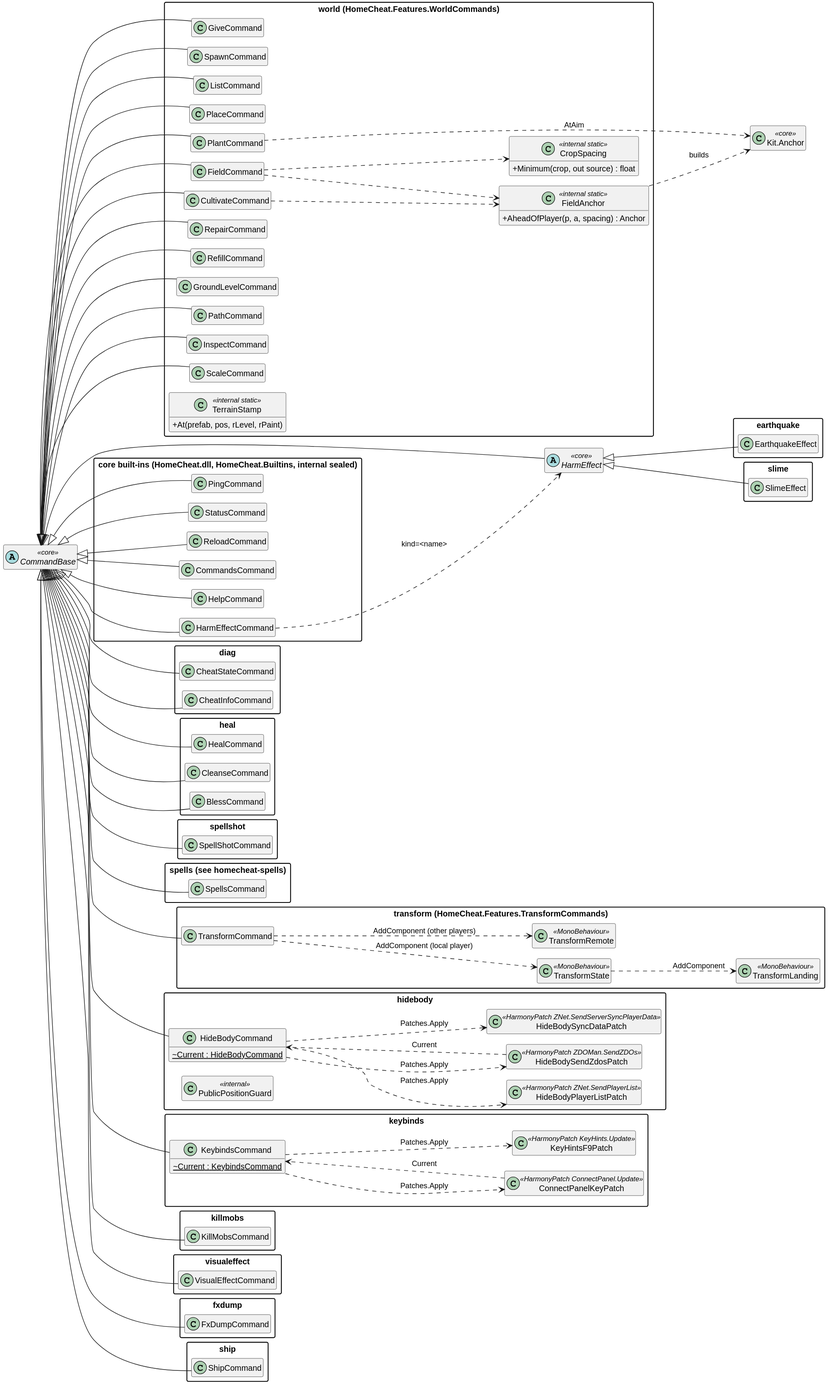
Before: GameplayEnhancements/docs/architecture/diagrams/homecheat-features.svg, a diagram exported from PlantUML (Maksym-Denysiuk/ValheimMods). Its diagram source:
```plantuml
@startuml
!pragma layout smetana
skinparam classAttributeIconSize 0
skinparam shadowing false
skinparam packageStyle rectangle
hide empty members
left to right direction

abstract class CommandBase <<core>>
abstract class HarmEffect <<core>>
class "Kit.Anchor" as KitAnchor <<core>>
CommandBase <|-- HarmEffect

package "core built-ins  (HomeCheat.dll, HomeCheat.Builtins, internal sealed)" as core {
  class PingCommand
  class StatusCommand
  class ReloadCommand
  class CommandsCommand
  class HelpCommand
  class HarmEffectCommand
}
CommandBase <|-- PingCommand
CommandBase <|-- StatusCommand
CommandBase <|-- ReloadCommand
CommandBase <|-- CommandsCommand
CommandBase <|-- HelpCommand
CommandBase <|-- HarmEffectCommand
HarmEffectCommand ..> HarmEffect : kind=<name>

package "world  (HomeCheat.Features.WorldCommands)" as world {
  class GiveCommand
  class SpawnCommand
  class ListCommand
  class PlaceCommand
  class PlantCommand
  class FieldCommand
  class CultivateCommand
  class RepairCommand
  class RefillCommand
  class GroundLevelCommand
  class PathCommand
  class InspectCommand
  class ScaleCommand
  class FieldAnchor <<internal static>> {
    +AheadOfPlayer(p, a, spacing) : Anchor
  }
  class CropSpacing <<internal static>> {
    +Minimum(crop, out source) : float
  }
  class TerrainStamp <<internal static>> {
    +At(prefab, pos, rLevel, rPaint)
  }
}

package "diag" as diag {
  class CheatStateCommand
  class CheatInfoCommand
}

package "heal" as heal {
  class HealCommand
  class CleanseCommand
  class BlessCommand
}

package "earthquake" as eq {
  class EarthquakeEffect
}
package "slime" as sl {
  class SlimeEffect
}
package "spellshot" as ss {
  class SpellShotCommand
}
package "spells  (see homecheat-spells)" as sp {
  class SpellsCommand
}
package "transform  (HomeCheat.Features.TransformCommands)" as tr {
  class TransformCommand
  class TransformState <<MonoBehaviour>>
  class TransformRemote <<MonoBehaviour>>
  class TransformLanding <<MonoBehaviour>>
}
package "hidebody" as hb {
  class HideBodyCommand {
    ~{static} Current : HideBodyCommand
  }
  class HideBodySendZdosPatch <<HarmonyPatch ZDOMan.SendZDOs>>
  class HideBodyPlayerListPatch <<HarmonyPatch ZNet.SendPlayerList>>
  class HideBodySyncDataPatch <<HarmonyPatch ZNet.SendServerSyncPlayerData>>
  class PublicPositionGuard <<internal>>
}
package "keybinds" as kb {
  class KeybindsCommand {
    ~{static} Current : KeybindsCommand
  }
  class ConnectPanelKeyPatch <<HarmonyPatch ConnectPanel.Update>>
  class KeyHintsF9Patch <<HarmonyPatch KeyHints.Update>>
}
package "killmobs" as km {
  class KillMobsCommand
}
package "visualeffect" as ve {
  class VisualEffectCommand
}
package "fxdump" as fd {
  class FxDumpCommand
}
package "ship" as sh {
  class ShipCommand
}

CommandBase <|-- GiveCommand
CommandBase <|-- SpawnCommand
CommandBase <|-- ListCommand
CommandBase <|-- PlaceCommand
CommandBase <|-- PlantCommand
CommandBase <|-- FieldCommand
CommandBase <|-- CultivateCommand
CommandBase <|-- RepairCommand
CommandBase <|-- RefillCommand
CommandBase <|-- GroundLevelCommand
CommandBase <|-- PathCommand
CommandBase <|-- InspectCommand
CommandBase <|-- ScaleCommand
CommandBase <|-- CheatStateCommand
CommandBase <|-- CheatInfoCommand
CommandBase <|-- HealCommand
CommandBase <|-- CleanseCommand
CommandBase <|-- BlessCommand
HarmEffect <|-- EarthquakeEffect
HarmEffect <|-- SlimeEffect
CommandBase <|-- SpellShotCommand
CommandBase <|-- SpellsCommand
CommandBase <|-- TransformCommand
CommandBase <|-- HideBodyCommand
CommandBase <|-- KeybindsCommand
CommandBase <|-- KillMobsCommand
CommandBase <|-- VisualEffectCommand
CommandBase <|-- FxDumpCommand
CommandBase <|-- ShipCommand

FieldCommand ..> FieldAnchor
CultivateCommand ..> FieldAnchor
FieldCommand ..> CropSpacing
FieldAnchor ..> KitAnchor : builds
PlantCommand ..> KitAnchor : AtAim
TransformCommand ..> TransformState : AddComponent (local player)
TransformCommand ..> TransformRemote : AddComponent (other players)
TransformState ..> TransformLanding : AddComponent
HideBodyCommand ..> HideBodySendZdosPatch : Patches.Apply
HideBodyCommand ..> HideBodyPlayerListPatch : Patches.Apply
HideBodyCommand ..> HideBodySyncDataPatch : Patches.Apply
HideBodySendZdosPatch ..> HideBodyCommand : Current
KeybindsCommand ..> ConnectPanelKeyPatch : Patches.Apply
KeybindsCommand ..> KeyHintsF9Patch : Patches.Apply
ConnectPanelKeyPatch ..> KeybindsCommand : Current
@enduml
```
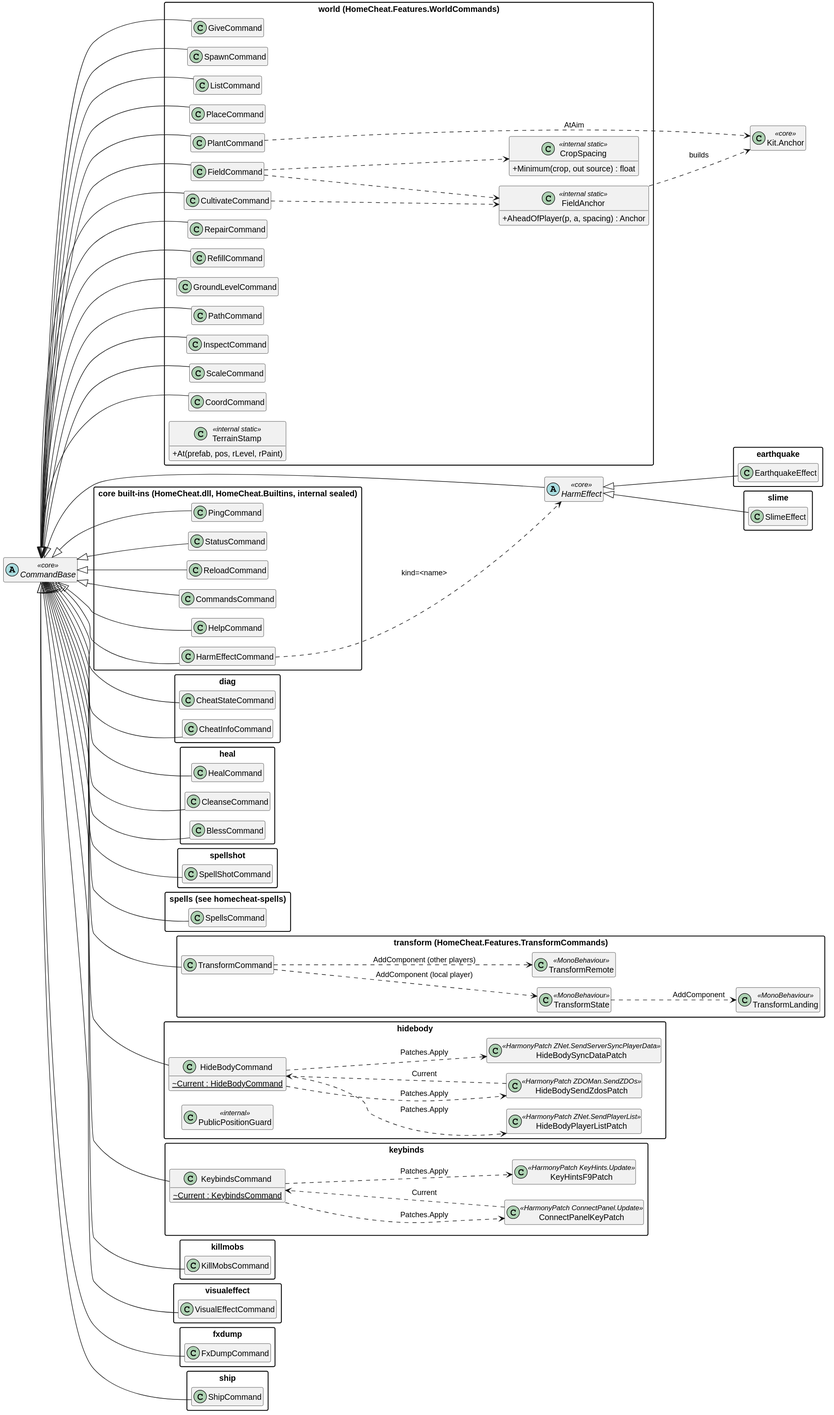
Above is the later version.

Diff of the diagram source:
```diff
@@ -41,6 +41,7 @@
   class PathCommand
   class InspectCommand
   class ScaleCommand
+  class CoordCommand
   class FieldAnchor <<internal static>> {
     +AheadOfPlayer(p, a, spacing) : Anchor
   }
@@ -123,6 +124,7 @@
 CommandBase <|-- PathCommand
 CommandBase <|-- InspectCommand
 CommandBase <|-- ScaleCommand
+CommandBase <|-- CoordCommand
 CommandBase <|-- CheatStateCommand
 CommandBase <|-- CheatInfoCommand
 CommandBase <|-- HealCommand
```
